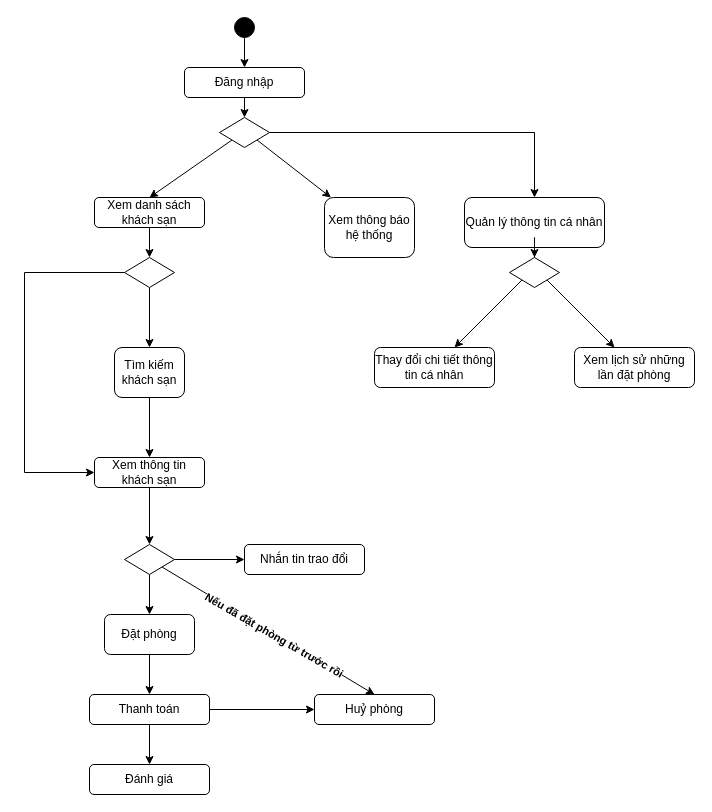
Before: Untitled Diagram.drawio in tenmo2003/OOAD, a draw.io diagram. Source tidied: cells renumbered, new cells numbered last; positions are measured from the earlier drawing's top-left corner, leaving out a move shared by most shapes. Both pictures are drawn from the tidied source at 100%, with x=0, y=0 at pixel (24, 17).
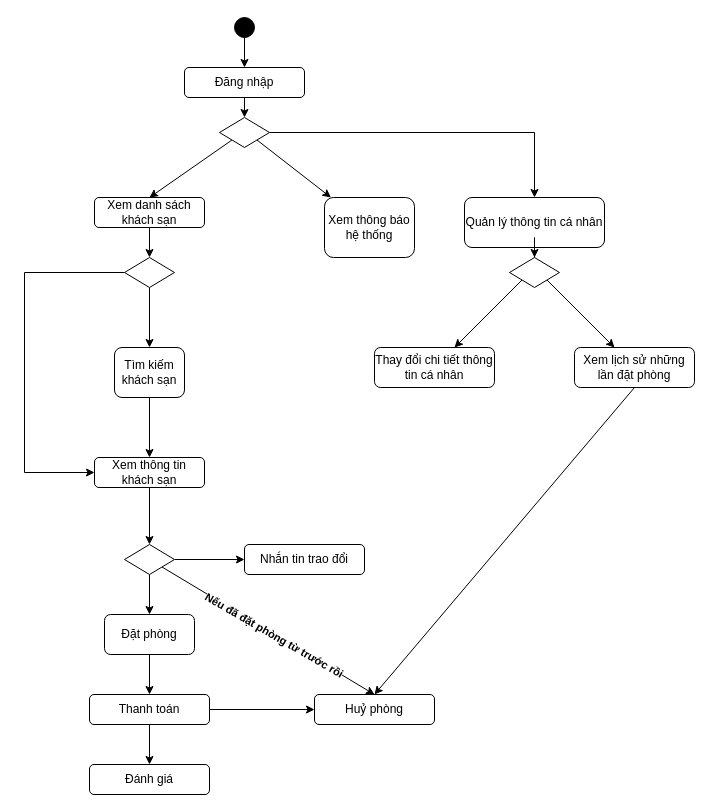
Above is the later version.

The change refers to these unchanged cells:
```xml
<mxCell id="24" value="Huỷ phòng" style="rounded=1;whiteSpace=wrap;html=1;" parent="1" vertex="1">
  <mxGeometry x="290" y="677" width="120" height="30" as="geometry" />
</mxCell>
<mxCell id="29" value="Xem lịch sử những lần đặt phòng" style="rounded=1;whiteSpace=wrap;html=1;" parent="1" vertex="1">
  <mxGeometry x="550" y="330" width="120" height="40" as="geometry" />
</mxCell>
```

The edit, as a diff of the source:
```diff
@@
+    <mxCell id="41" style="rounded=0;jettySize=auto;html=1;exitX=0.5;exitY=1;exitDx=0;exitDy=0;entryX=0.5;entryY=0;entryDx=0;entryDy=0;" parent="1" edge="1" source="29" target="24">
+      <mxGeometry relative="1" as="geometry" />
+    </mxCell>
```
